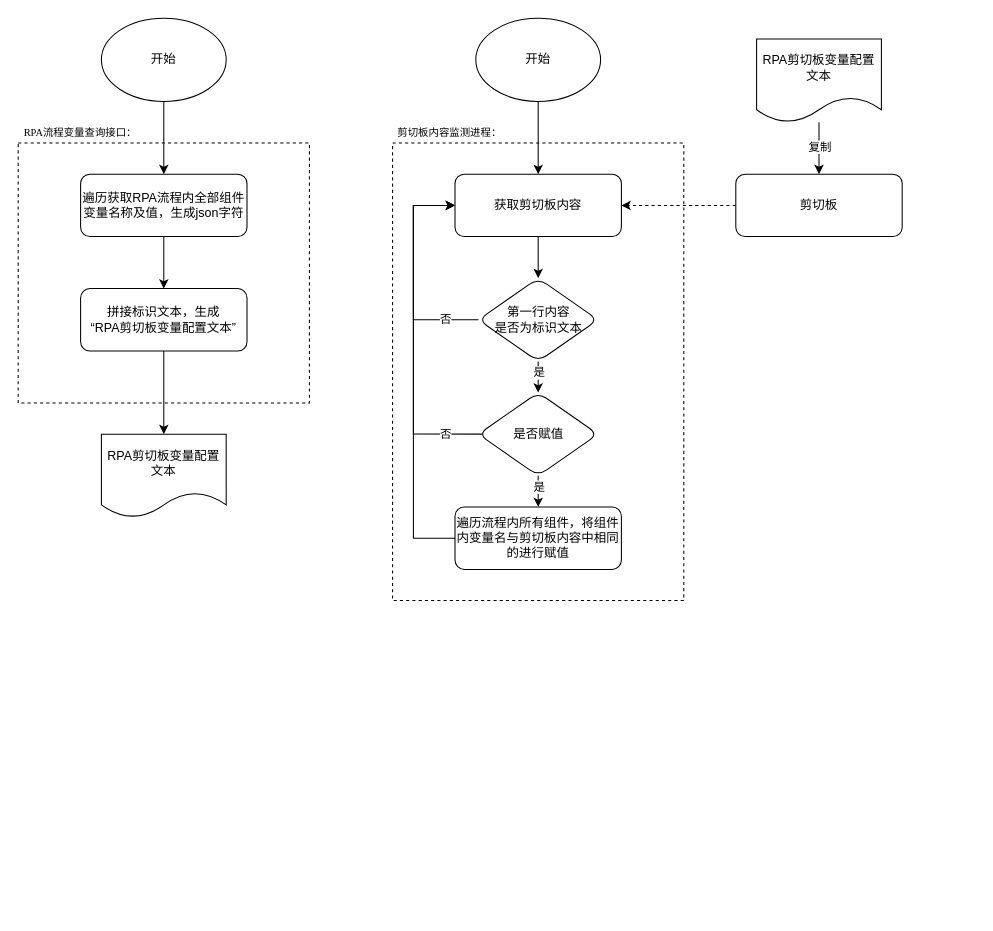
Before: 剪切板变量赋值专利发明方案图一.drawio in ColonelDarcy2018/excelsior, a draw.io diagram. Source tidied: cells renumbered, new cells numbered last; positions are measured from the earlier drawing's top-left corner, leaving out a move shared by most shapes. Both pictures are drawn from the tidied source at 104%, with x=0, y=0 at pixel (18, 18).
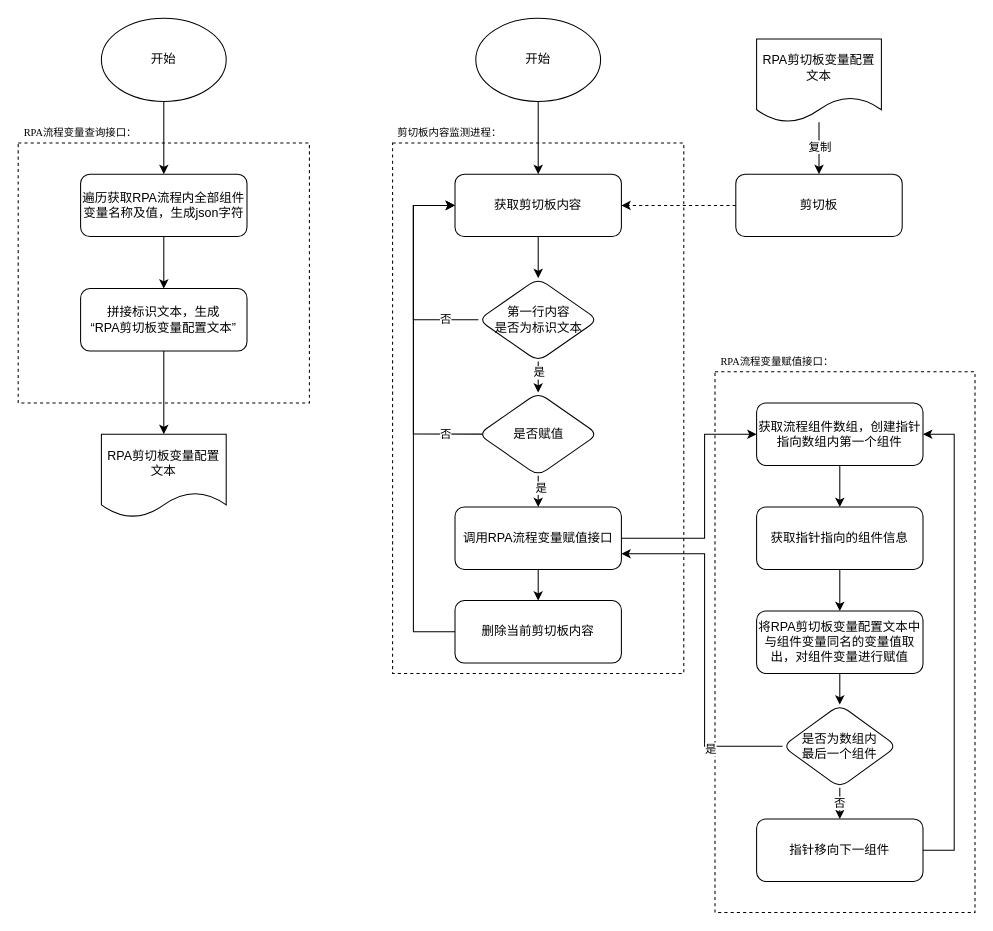
After the change.

Commit message (it also covers changes not shown here):
更新剪切板变量赋值专利发明方案图一.drawio

Unchanged cells that the change refers to:
```xml
<mxCell id="18" value="获取剪切板内容" style="rounded=1;whiteSpace=wrap;html=1;" parent="1" vertex="1">
  <mxGeometry x="420" y="150" width="160" height="60" as="geometry" />
</mxCell>
<mxCell id="31" value="是否赋值" style="rhombus;whiteSpace=wrap;html=1;rounded=1;" parent="1" vertex="1">
  <mxGeometry x="442.5" y="360" width="115" height="80" as="geometry" />
</mxCell>
```

Change to the diagram source:
```diff
@@
+    <mxCell id="34" style="rounded=0;whiteSpace=wrap;html=1;dashed=1;" parent="1" vertex="1">
+      <mxGeometry x="670" y="340" width="250" height="520" as="geometry" />
+    </mxCell>
     <mxCell id="2" style="rounded=0;whiteSpace=wrap;html=1;dashed=1;" parent="1" vertex="1">
-      <mxGeometry x="360" y="120" width="280" height="440" as="geometry" />
+      <mxGeometry x="360" y="120" width="280" height="510" as="geometry" />
     </mxCell>
@@
-    <mxCell id="27" style="edgeStyle=orthogonalEdgeStyle;rounded=0;jettySize=auto;html=1;" parent="1" edge="1" source="31" target="33">
-      <mxGeometry relative="1" as="geometry" />
-    </mxCell>
-    <mxCell id="28" value="是" style="edgeLabel;html=1;align=center;verticalAlign=middle;" parent="27" vertex="1">
-      <mxGeometry x="-0.76" relative="1" as="geometry">
-        <mxPoint y="4" as="offset" />
-      </mxGeometry>
-    </mxCell>
@@
+    <mxCell id="35" style="edgeStyle=orthogonalEdgeStyle;rounded=0;jettySize=auto;html=1;" parent="1" edge="1" source="31" target="46">
+      <mxGeometry relative="1" as="geometry" />
+    </mxCell>
+    <mxCell id="36" value="是" style="edgeLabel;html=1;align=center;verticalAlign=middle;" parent="35" vertex="1">
+      <mxGeometry x="0.24" y="2" relative="1" as="geometry" />
+    </mxCell>
@@
-    <mxCell id="32" style="edgeStyle=orthogonalEdgeStyle;rounded=0;jettySize=auto;html=1;entryX=0;entryY=0.5;entryDx=0;entryDy=0;exitX=0;exitY=0.5;exitDx=0;exitDy=0;" parent="1" edge="1" source="33" target="18">
+    <mxCell id="32" style="edgeStyle=orthogonalEdgeStyle;rounded=0;jettySize=auto;html=1;entryX=0;entryY=0.5;entryDx=0;entryDy=0;exitX=0;exitY=0.5;exitDx=0;exitDy=0;" parent="1" edge="1" source="53" target="18">
       <mxGeometry relative="1" as="geometry">
         <Array as="points">
-          <mxPoint x="380" y="500" />
+          <mxPoint x="380" y="590" />
           <mxPoint x="380" y="180" />
         </Array>
       </mxGeometry>
     </mxCell>
-    <mxCell id="33" value="遍历流程内所有组件，将组件内变量名与剪切板内容中相同的进行赋值" style="rounded=1;whiteSpace=wrap;html=1;" parent="1" vertex="1">
-      <mxGeometry x="420" y="470" width="160" height="60" as="geometry" />
-    </mxCell>
+    <mxCell id="37" style="edgeStyle=orthogonalEdgeStyle;rounded=0;jettySize=auto;html=1;" parent="1" edge="1" source="38" target="41">
+      <mxGeometry relative="1" as="geometry" />
+    </mxCell>
+    <mxCell id="38" value="获取流程组件数组，创建指针指向数组内第一个组件" style="rounded=1;whiteSpace=wrap;html=1;" parent="1" vertex="1">
+      <mxGeometry x="710" y="370" width="160" height="60" as="geometry" />
+    </mxCell>
+    <mxCell id="39" value="&lt;p style=&quot;margin: 0pt 0pt 0.0001pt; text-align: start;&quot; class=&quot;MsoNormal&quot;&gt;&lt;font face=&quot;Times New Roman&quot;&gt;RPA流程变量赋值接口：&lt;/font&gt;&lt;br&gt;&lt;/p&gt;" style="text;html=1;strokeColor=none;fillColor=none;align=center;verticalAlign=middle;whiteSpace=wrap;rounded=0;fontSize=10;" parent="1" vertex="1">
+      <mxGeometry x="670" y="320" width="120" height="20" as="geometry" />
+    </mxCell>
+    <mxCell id="40" style="edgeStyle=orthogonalEdgeStyle;rounded=0;jettySize=auto;html=1;" parent="1" edge="1" source="41" target="43">
+      <mxGeometry relative="1" as="geometry" />
+    </mxCell>
+    <mxCell id="41" value="获取指针指向的组件信息" style="rounded=1;whiteSpace=wrap;html=1;" parent="1" vertex="1">
+      <mxGeometry x="710" y="470" width="160" height="60" as="geometry" />
+    </mxCell>
+    <mxCell id="42" style="edgeStyle=orthogonalEdgeStyle;rounded=0;jettySize=auto;html=1;" parent="1" edge="1" source="43" target="50">
+      <mxGeometry relative="1" as="geometry" />
+    </mxCell>
+    <mxCell id="43" value="将RPA剪切板变量配置文本中与组件变量同名的变量值取出，对组件变量进行赋值" style="rounded=1;whiteSpace=wrap;html=1;" parent="1" vertex="1">
+      <mxGeometry x="710" y="570" width="160" height="60" as="geometry" />
+    </mxCell>
+    <mxCell id="44" style="edgeStyle=orthogonalEdgeStyle;rounded=0;jettySize=auto;html=1;entryX=0;entryY=0.5;entryDx=0;entryDy=0;" parent="1" edge="1" source="46" target="38">
+      <mxGeometry relative="1" as="geometry">
+        <Array as="points">
+          <mxPoint x="660" y="500" />
+          <mxPoint x="660" y="400" />
+        </Array>
+      </mxGeometry>
+    </mxCell>
+    <mxCell id="45" style="edgeStyle=orthogonalEdgeStyle;rounded=0;jettySize=auto;html=1;entryX=0.5;entryY=0;entryDx=0;entryDy=0;" parent="1" edge="1" source="46" target="53">
+      <mxGeometry relative="1" as="geometry" />
+    </mxCell>
+    <mxCell id="46" value="调用RPA流程变量赋值接口" style="rounded=1;whiteSpace=wrap;html=1;" parent="1" vertex="1">
+      <mxGeometry x="420" y="470" width="160" height="60" as="geometry" />
+    </mxCell>
+    <mxCell id="47" style="edgeStyle=orthogonalEdgeStyle;rounded=0;jettySize=auto;html=1;entryX=1;entryY=0.75;entryDx=0;entryDy=0;" parent="1" edge="1" source="50" target="46">
+      <mxGeometry relative="1" as="geometry">
+        <Array as="points">
+          <mxPoint x="660" y="700" />
+          <mxPoint x="660" y="515" />
+        </Array>
+      </mxGeometry>
+    </mxCell>
+    <mxCell id="48" value="是" style="edgeLabel;html=1;align=center;verticalAlign=middle;" parent="47" vertex="1">
+      <mxGeometry x="-0.59" y="2" relative="1" as="geometry" />
+    </mxCell>
+    <mxCell id="49" value="否" style="edgeStyle=orthogonalEdgeStyle;rounded=0;jettySize=auto;html=1;" parent="1" edge="1" source="50" target="52">
+      <mxGeometry relative="1" as="geometry" />
+    </mxCell>
+    <mxCell id="50" value="是否为数组内&lt;br&gt;最后一个组件" style="rhombus;whiteSpace=wrap;html=1;rounded=1;" parent="1" vertex="1">
+      <mxGeometry x="735" y="660" width="110" height="80" as="geometry" />
+    </mxCell>
+    <mxCell id="51" style="edgeStyle=orthogonalEdgeStyle;rounded=0;jettySize=auto;html=1;entryX=1;entryY=0.5;entryDx=0;entryDy=0;exitX=1;exitY=0.5;exitDx=0;exitDy=0;" parent="1" edge="1" source="52" target="38">
+      <mxGeometry relative="1" as="geometry">
+        <Array as="points">
+          <mxPoint x="900" y="800" />
+          <mxPoint x="900" y="400" />
+        </Array>
+      </mxGeometry>
+    </mxCell>
+    <mxCell id="52" value="指针移向下一组件" style="rounded=1;whiteSpace=wrap;html=1;" parent="1" vertex="1">
+      <mxGeometry x="710" y="770" width="160" height="60" as="geometry" />
+    </mxCell>
+    <mxCell id="53" value="删除当前剪切板内容" style="rounded=1;whiteSpace=wrap;html=1;" parent="1" vertex="1">
+      <mxGeometry x="420" y="560" width="160" height="60" as="geometry" />
+    </mxCell>
```
